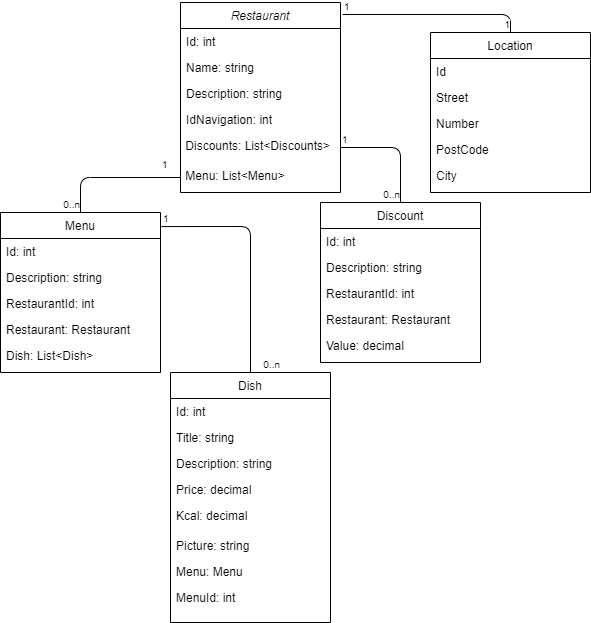
Earlier version of the draw.io export Dokumentation/Files/Pictures/DiagramKlas.png (dave20100/Restaurant_System). Source tidied: cells renumbered, new cells last; positions are measured from the earlier drawing's top-left corner, leaving out a move shared by most shapes. Its diagram source:
```xml
<mxGraphModel>
  <root>
    <mxCell id="0" />
    <mxCell id="1" parent="0" />
    <mxCell id="2" value="Restaurant" style="swimlane;fontStyle=2;align=center;verticalAlign=top;horizontal=1;startSize=26;rounded=0;shadow=0;strokeWidth=1;" parent="1" vertex="1">
      <mxGeometry x="180" width="160" height="190" as="geometry" />
    </mxCell>
    <mxCell id="3" value="Id: int" style="text;align=left;verticalAlign=top;spacingLeft=4;spacingRight=4;overflow=hidden;" parent="2" vertex="1">
      <mxGeometry y="26" width="160" height="26" as="geometry" />
    </mxCell>
    <mxCell id="4" value="Name: string" style="text;align=left;verticalAlign=top;spacingLeft=4;spacingRight=4;overflow=hidden;rounded=0;shadow=0;html=0;" parent="2" vertex="1">
      <mxGeometry y="52" width="160" height="26" as="geometry" />
    </mxCell>
    <mxCell id="5" value="Description: string" style="text;align=left;verticalAlign=top;spacingLeft=4;spacingRight=4;overflow=hidden;rounded=0;shadow=0;html=0;" parent="2" vertex="1">
      <mxGeometry y="78" width="160" height="26" as="geometry" />
    </mxCell>
    <mxCell id="6" value="IdNavigation: int" style="text;align=left;verticalAlign=top;spacingLeft=4;spacingRight=4;overflow=hidden;rounded=0;shadow=0;html=0;" parent="2" vertex="1">
      <mxGeometry y="104" width="160" height="26" as="geometry" />
    </mxCell>
    <mxCell id="7" value="&amp;nbsp;Discounts: List&amp;lt;Discounts&amp;gt;" style="text;html=1;" parent="2" vertex="1">
      <mxGeometry y="130" width="160" height="30" as="geometry" />
    </mxCell>
    <mxCell id="8" value="&amp;nbsp;Menu: List&amp;lt;Menu&amp;gt;" style="text;html=1;" parent="2" vertex="1">
      <mxGeometry y="160" width="160" height="30" as="geometry" />
    </mxCell>
    <mxCell id="9" value="Menu" style="swimlane;fontStyle=0;align=center;verticalAlign=top;horizontal=1;startSize=26;rounded=0;shadow=0;strokeWidth=1;" parent="1" vertex="1">
      <mxGeometry y="210" width="160" height="160" as="geometry" />
    </mxCell>
    <mxCell id="10" value="Id: int" style="text;align=left;verticalAlign=top;spacingLeft=4;spacingRight=4;overflow=hidden;" parent="9" vertex="1">
      <mxGeometry y="26" width="160" height="26" as="geometry" />
    </mxCell>
    <mxCell id="11" value="Description: string" style="text;align=left;verticalAlign=top;spacingLeft=4;spacingRight=4;overflow=hidden;rounded=0;shadow=0;html=0;" parent="9" vertex="1">
      <mxGeometry y="52" width="160" height="26" as="geometry" />
    </mxCell>
    <mxCell id="12" value="RestaurantId: int" style="text;align=left;verticalAlign=top;spacingLeft=4;spacingRight=4;overflow=hidden;rounded=0;shadow=0;html=0;" parent="9" vertex="1">
      <mxGeometry y="78" width="160" height="26" as="geometry" />
    </mxCell>
    <mxCell id="13" value="Restaurant: Restaurant" style="text;align=left;verticalAlign=top;spacingLeft=4;spacingRight=4;overflow=hidden;rounded=0;shadow=0;html=0;" parent="9" vertex="1">
      <mxGeometry y="104" width="160" height="26" as="geometry" />
    </mxCell>
    <mxCell id="14" value="Dish: List&lt;Dish&gt;" style="text;align=left;verticalAlign=top;spacingLeft=4;spacingRight=4;overflow=hidden;rounded=0;shadow=0;html=0;" parent="9" vertex="1">
      <mxGeometry y="130" width="160" height="30" as="geometry" />
    </mxCell>
    <mxCell id="15" value="Location" style="swimlane;fontStyle=0;align=center;verticalAlign=top;horizontal=1;startSize=26;rounded=0;shadow=0;strokeWidth=1;" parent="1" vertex="1">
      <mxGeometry x="430" y="30" width="160" height="160" as="geometry" />
    </mxCell>
    <mxCell id="16" value="Id" style="text;align=left;verticalAlign=top;spacingLeft=4;spacingRight=4;overflow=hidden;" parent="15" vertex="1">
      <mxGeometry y="26" width="160" height="26" as="geometry" />
    </mxCell>
    <mxCell id="17" value="Street" style="text;align=left;verticalAlign=top;spacingLeft=4;spacingRight=4;overflow=hidden;rounded=0;shadow=0;html=0;" parent="15" vertex="1">
      <mxGeometry y="52" width="160" height="26" as="geometry" />
    </mxCell>
    <mxCell id="18" value="Number" style="text;align=left;verticalAlign=top;spacingLeft=4;spacingRight=4;overflow=hidden;rounded=0;shadow=0;html=0;" parent="15" vertex="1">
      <mxGeometry y="78" width="160" height="26" as="geometry" />
    </mxCell>
    <mxCell id="19" value="PostCode" style="text;align=left;verticalAlign=top;spacingLeft=4;spacingRight=4;overflow=hidden;rounded=0;shadow=0;html=0;" parent="15" vertex="1">
      <mxGeometry y="104" width="160" height="26" as="geometry" />
    </mxCell>
    <mxCell id="20" value="City" style="text;align=left;verticalAlign=top;spacingLeft=4;spacingRight=4;overflow=hidden;rounded=0;shadow=0;html=0;" parent="15" vertex="1">
      <mxGeometry y="130" width="160" height="26" as="geometry" />
    </mxCell>
    <mxCell id="21" value="Discount" style="swimlane;fontStyle=0;align=center;verticalAlign=top;horizontal=1;startSize=26;rounded=0;shadow=0;strokeWidth=1;" parent="1" vertex="1">
      <mxGeometry x="320" y="200" width="160" height="160" as="geometry" />
    </mxCell>
    <mxCell id="22" value="Id: int" style="text;align=left;verticalAlign=top;spacingLeft=4;spacingRight=4;overflow=hidden;" parent="21" vertex="1">
      <mxGeometry y="26" width="160" height="26" as="geometry" />
    </mxCell>
    <mxCell id="23" value="Description: string" style="text;align=left;verticalAlign=top;spacingLeft=4;spacingRight=4;overflow=hidden;rounded=0;shadow=0;html=0;" parent="21" vertex="1">
      <mxGeometry y="52" width="160" height="26" as="geometry" />
    </mxCell>
    <mxCell id="24" value="RestaurantId: int" style="text;align=left;verticalAlign=top;spacingLeft=4;spacingRight=4;overflow=hidden;rounded=0;shadow=0;html=0;" parent="21" vertex="1">
      <mxGeometry y="78" width="160" height="26" as="geometry" />
    </mxCell>
    <mxCell id="25" value="Restaurant: Restaurant" style="text;align=left;verticalAlign=top;spacingLeft=4;spacingRight=4;overflow=hidden;rounded=0;shadow=0;html=0;" parent="21" vertex="1">
      <mxGeometry y="104" width="160" height="26" as="geometry" />
    </mxCell>
    <mxCell id="26" value="Value: decimal" style="text;align=left;verticalAlign=top;spacingLeft=4;spacingRight=4;overflow=hidden;rounded=0;shadow=0;html=0;" parent="21" vertex="1">
      <mxGeometry y="130" width="160" height="30" as="geometry" />
    </mxCell>
    <mxCell id="27" value="Dish" style="swimlane;fontStyle=0;align=center;verticalAlign=top;horizontal=1;startSize=26;rounded=0;shadow=0;strokeWidth=1;" parent="1" vertex="1">
      <mxGeometry x="170" y="370" width="160" height="250" as="geometry" />
    </mxCell>
    <mxCell id="28" value="Id: int" style="text;align=left;verticalAlign=top;spacingLeft=4;spacingRight=4;overflow=hidden;" parent="27" vertex="1">
      <mxGeometry y="26" width="160" height="26" as="geometry" />
    </mxCell>
    <mxCell id="29" value="Title: string" style="text;align=left;verticalAlign=top;spacingLeft=4;spacingRight=4;overflow=hidden;rounded=0;shadow=0;html=0;" parent="27" vertex="1">
      <mxGeometry y="52" width="160" height="26" as="geometry" />
    </mxCell>
    <mxCell id="30" value="Description: string" style="text;align=left;verticalAlign=top;spacingLeft=4;spacingRight=4;overflow=hidden;rounded=0;shadow=0;html=0;" parent="27" vertex="1">
      <mxGeometry y="78" width="160" height="26" as="geometry" />
    </mxCell>
    <mxCell id="31" value="Price: decimal" style="text;align=left;verticalAlign=top;spacingLeft=4;spacingRight=4;overflow=hidden;rounded=0;shadow=0;html=0;" parent="27" vertex="1">
      <mxGeometry y="104" width="160" height="26" as="geometry" />
    </mxCell>
    <mxCell id="32" value="Kcal: decimal" style="text;align=left;verticalAlign=top;spacingLeft=4;spacingRight=4;overflow=hidden;rounded=0;shadow=0;html=0;" parent="27" vertex="1">
      <mxGeometry y="130" width="160" height="30" as="geometry" />
    </mxCell>
    <mxCell id="33" value="Picture: string" style="text;align=left;verticalAlign=top;spacingLeft=4;spacingRight=4;overflow=hidden;rounded=0;shadow=0;html=0;" parent="27" vertex="1">
      <mxGeometry y="160" width="160" height="26" as="geometry" />
    </mxCell>
    <mxCell id="34" value="Menu: Menu" style="text;align=left;verticalAlign=top;spacingLeft=4;spacingRight=4;overflow=hidden;rounded=0;shadow=0;html=0;" parent="27" vertex="1">
      <mxGeometry y="186" width="160" height="26" as="geometry" />
    </mxCell>
    <mxCell id="35" value="MenuId: int" style="text;align=left;verticalAlign=top;spacingLeft=4;spacingRight=4;overflow=hidden;rounded=0;shadow=0;html=0;" parent="27" vertex="1">
      <mxGeometry y="212" width="160" height="26" as="geometry" />
    </mxCell>
    <mxCell id="36" style="endArrow=none;html=1;edgeStyle=orthogonalEdgeStyle;entryX=0.5;entryY=0;entryDx=0;entryDy=0;exitX=1.013;exitY=0.063;exitDx=0;exitDy=0;exitPerimeter=0;" parent="1" edge="1" source="2" target="15">
      <mxGeometry relative="1" as="geometry" />
    </mxCell>
    <mxCell id="37" value="1" style="html=1;align=left;verticalAlign=bottom;labelBackgroundColor=#ffffff;fontSize=10;" parent="36" vertex="1">
      <mxGeometry x="-1" relative="1" as="geometry" />
    </mxCell>
    <mxCell id="38" value="1" style="html=1;align=right;verticalAlign=bottom;labelBackgroundColor=#ffffff;fontSize=10;" parent="36" vertex="1">
      <mxGeometry x="1" relative="1" as="geometry" />
    </mxCell>
    <mxCell id="39" style="endArrow=none;html=1;edgeStyle=orthogonalEdgeStyle;entryX=0.5;entryY=0;entryDx=0;entryDy=0;exitX=1;exitY=0.5;exitDx=0;exitDy=0;" parent="1" edge="1" source="7" target="21">
      <mxGeometry relative="1" as="geometry" />
    </mxCell>
    <mxCell id="40" value="1" style="html=1;align=left;verticalAlign=bottom;labelBackgroundColor=#ffffff;fontSize=10;" parent="39" vertex="1">
      <mxGeometry x="-1" relative="1" as="geometry" />
    </mxCell>
    <mxCell id="41" value="0..n" style="html=1;align=right;verticalAlign=bottom;labelBackgroundColor=#ffffff;fontSize=10;" parent="39" vertex="1">
      <mxGeometry x="1" relative="1" as="geometry" />
    </mxCell>
    <mxCell id="42" style="endArrow=none;html=1;edgeStyle=orthogonalEdgeStyle;entryX=0.5;entryY=0;entryDx=0;entryDy=0;exitX=0;exitY=0.5;exitDx=0;exitDy=0;" parent="1" edge="1" source="8" target="9">
      <mxGeometry relative="1" as="geometry" />
    </mxCell>
    <mxCell id="43" value="1" style="html=1;align=left;verticalAlign=bottom;labelBackgroundColor=#ffffff;fontSize=10;" parent="42" vertex="1">
      <mxGeometry x="-1" relative="1" as="geometry">
        <mxPoint x="-20" y="-5" as="offset" />
      </mxGeometry>
    </mxCell>
    <mxCell id="44" value="0..n" style="html=1;align=right;verticalAlign=bottom;labelBackgroundColor=#ffffff;fontSize=10;" parent="42" vertex="1">
      <mxGeometry x="1" relative="1" as="geometry" />
    </mxCell>
    <mxCell id="45" style="endArrow=none;html=1;edgeStyle=orthogonalEdgeStyle;entryX=0.5;entryY=0;entryDx=0;entryDy=0;exitX=1.006;exitY=0.088;exitDx=0;exitDy=0;exitPerimeter=0;" parent="1" edge="1" source="9" target="27">
      <mxGeometry relative="1" as="geometry" />
    </mxCell>
    <mxCell id="46" value="1" style="html=1;align=left;verticalAlign=bottom;labelBackgroundColor=#ffffff;fontSize=10;" parent="45" vertex="1">
      <mxGeometry x="-1" relative="1" as="geometry" />
    </mxCell>
    <mxCell id="47" value="0..n" style="html=1;align=right;verticalAlign=bottom;labelBackgroundColor=#ffffff;fontSize=10;" parent="45" vertex="1">
      <mxGeometry x="1" relative="1" as="geometry">
        <mxPoint x="30" as="offset" />
      </mxGeometry>
    </mxCell>
  </root>
</mxGraphModel>
```
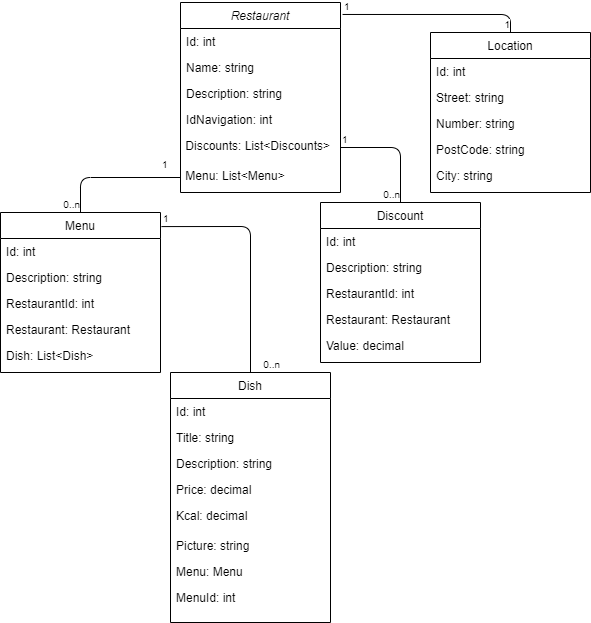
Later version of the same file.

Commit message:
added controler informacion

Diff of the diagram source:
```diff
@@ -44,19 +44,19 @@
     <mxCell id="15" value="Location" style="swimlane;fontStyle=0;align=center;verticalAlign=top;horizontal=1;startSize=26;rounded=0;shadow=0;strokeWidth=1;" parent="1" vertex="1">
       <mxGeometry x="430" y="30" width="160" height="160" as="geometry" />
     </mxCell>
-    <mxCell id="16" value="Id" style="text;align=left;verticalAlign=top;spacingLeft=4;spacingRight=4;overflow=hidden;" parent="15" vertex="1">
+    <mxCell id="16" value="Id: int" style="text;align=left;verticalAlign=top;spacingLeft=4;spacingRight=4;overflow=hidden;" parent="15" vertex="1">
       <mxGeometry y="26" width="160" height="26" as="geometry" />
     </mxCell>
-    <mxCell id="17" value="Street" style="text;align=left;verticalAlign=top;spacingLeft=4;spacingRight=4;overflow=hidden;rounded=0;shadow=0;html=0;" parent="15" vertex="1">
+    <mxCell id="17" value="Street: string" style="text;align=left;verticalAlign=top;spacingLeft=4;spacingRight=4;overflow=hidden;rounded=0;shadow=0;html=0;" parent="15" vertex="1">
       <mxGeometry y="52" width="160" height="26" as="geometry" />
     </mxCell>
-    <mxCell id="18" value="Number" style="text;align=left;verticalAlign=top;spacingLeft=4;spacingRight=4;overflow=hidden;rounded=0;shadow=0;html=0;" parent="15" vertex="1">
+    <mxCell id="18" value="Number: string" style="text;align=left;verticalAlign=top;spacingLeft=4;spacingRight=4;overflow=hidden;rounded=0;shadow=0;html=0;" parent="15" vertex="1">
       <mxGeometry y="78" width="160" height="26" as="geometry" />
     </mxCell>
-    <mxCell id="19" value="PostCode" style="text;align=left;verticalAlign=top;spacingLeft=4;spacingRight=4;overflow=hidden;rounded=0;shadow=0;html=0;" parent="15" vertex="1">
+    <mxCell id="19" value="PostCode: string" style="text;align=left;verticalAlign=top;spacingLeft=4;spacingRight=4;overflow=hidden;rounded=0;shadow=0;html=0;" parent="15" vertex="1">
       <mxGeometry y="104" width="160" height="26" as="geometry" />
     </mxCell>
-    <mxCell id="20" value="City" style="text;align=left;verticalAlign=top;spacingLeft=4;spacingRight=4;overflow=hidden;rounded=0;shadow=0;html=0;" parent="15" vertex="1">
+    <mxCell id="20" value="City: string" style="text;align=left;verticalAlign=top;spacingLeft=4;spacingRight=4;overflow=hidden;rounded=0;shadow=0;html=0;" parent="15" vertex="1">
       <mxGeometry y="130" width="160" height="26" as="geometry" />
     </mxCell>
     <mxCell id="21" value="Discount" style="swimlane;fontStyle=0;align=center;verticalAlign=top;horizontal=1;startSize=26;rounded=0;shadow=0;strokeWidth=1;" parent="1" vertex="1">
```
